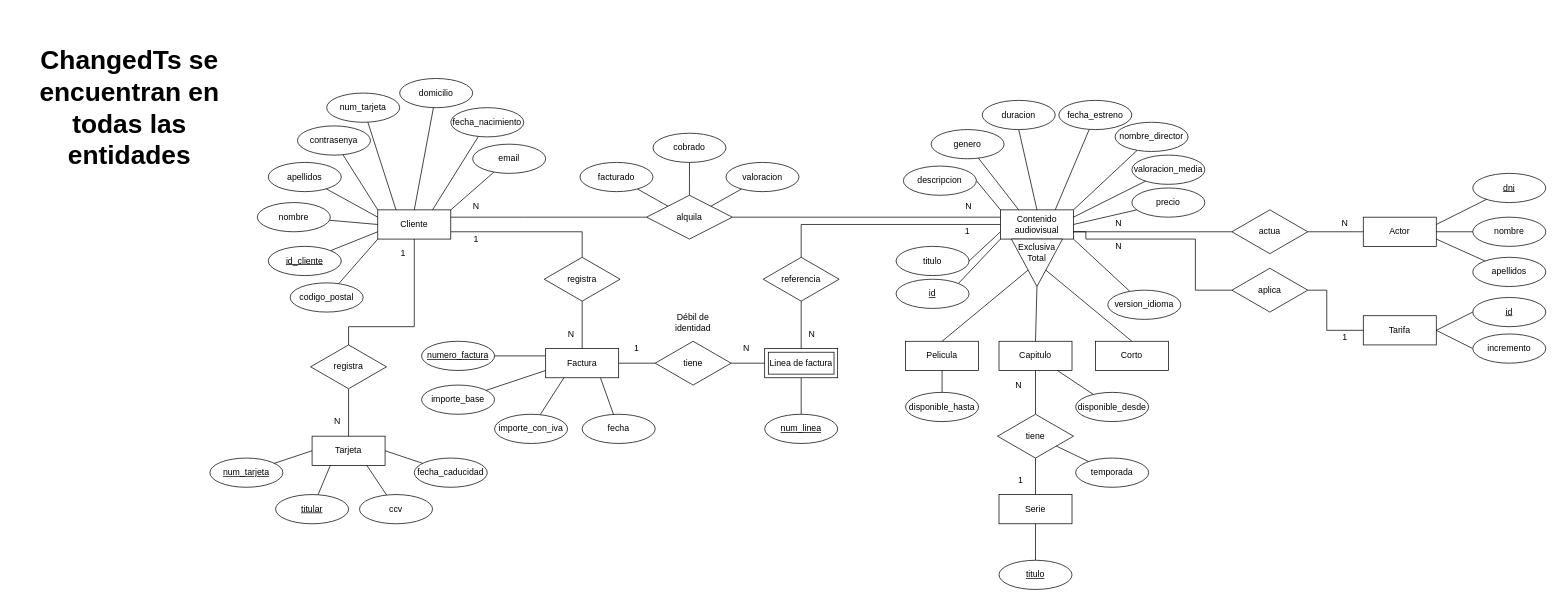
Before: Modelo Entidad-Relacion.drawio in Ivanmontesinos21/Proyecto_MiraVereda, a draw.io diagram. Source tidied: cells renumbered, new cells numbered last; positions are measured from the earlier drawing's top-left corner, leaving out a move shared by most shapes. Both pictures are drawn from the tidied source at 73%, with x=0, y=0 at pixel (12, 12).
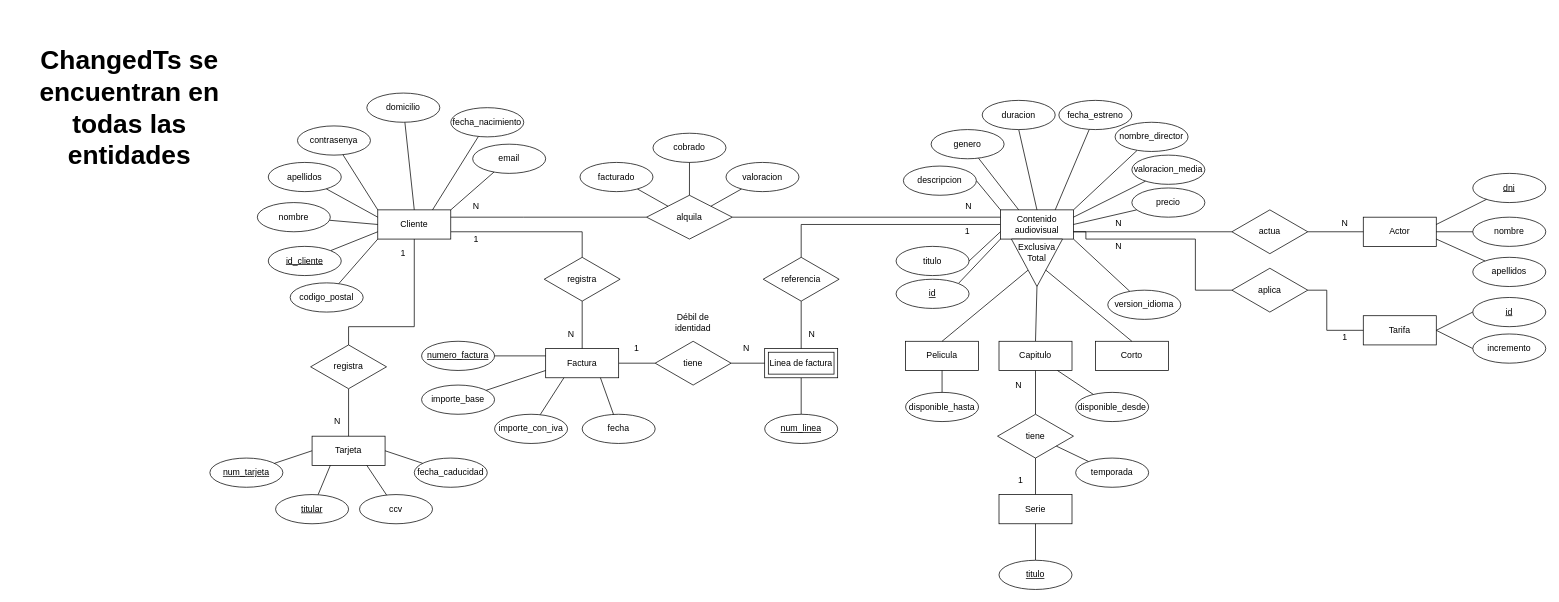
The same page after the edit.

Commit message:
Modelo Entidad-RelacionV2

Unchanged cells that the change refers to:
```xml
<mxCell id="49" value="&lt;div&gt;Cliente&lt;/div&gt;" style="whiteSpace=wrap;html=1;align=center;" parent="1" vertex="1">
  <mxGeometry x="500" y="270" width="100" height="40" as="geometry" />
</mxCell>
```

The edit, as a diff of the source:
```diff
@@
     <mxCell id="61" value="domicilio" style="ellipse;whiteSpace=wrap;html=1;align=center;" parent="1" vertex="1">
-      <mxGeometry x="530" y="90" width="100" height="40" as="geometry" />
+      <mxGeometry x="485" y="110" width="100" height="40" as="geometry" />
     </mxCell>
@@
-    <mxCell id="65" style="rounded=0;jettySize=auto;html=1;entryX=0.25;entryY=0;entryDx=0;entryDy=0;endArrow=none;endFill=0;" parent="1" edge="1" source="66" target="49">
-      <mxGeometry relative="1" as="geometry" />
-    </mxCell>
-    <mxCell id="66" value="num_tarjeta" style="ellipse;whiteSpace=wrap;html=1;align=center;" parent="1" vertex="1">
-      <mxGeometry x="430" y="110" width="100" height="40" as="geometry" />
-    </mxCell>
```
